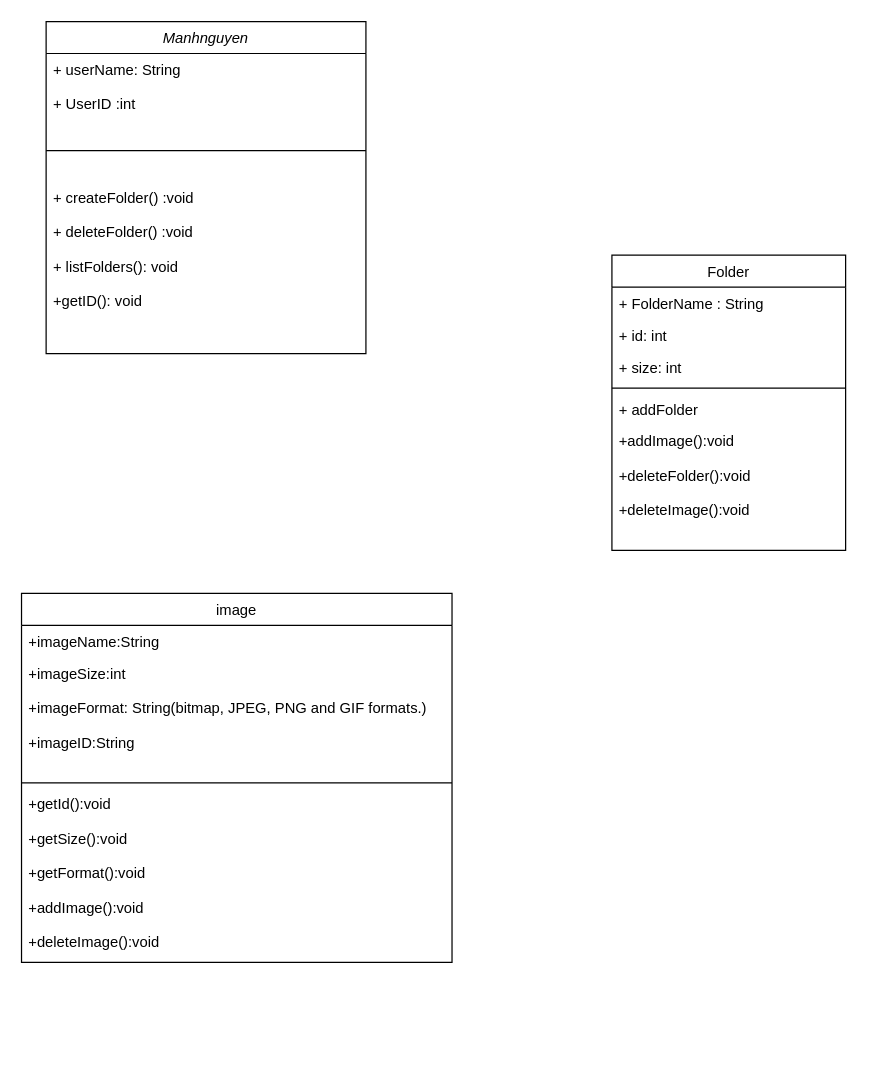
Above: Untitled Diagram.drawio in Manhnguyen015/Spectral-Matter (draw.io), before the change. Source tidied: cells renumbered, new cells numbered last; positions are measured from the earlier drawing's top-left corner, leaving out a move shared by most shapes. Both pictures are drawn from the tidied source at 123%, with x=0, y=0 at pixel (21, 21).
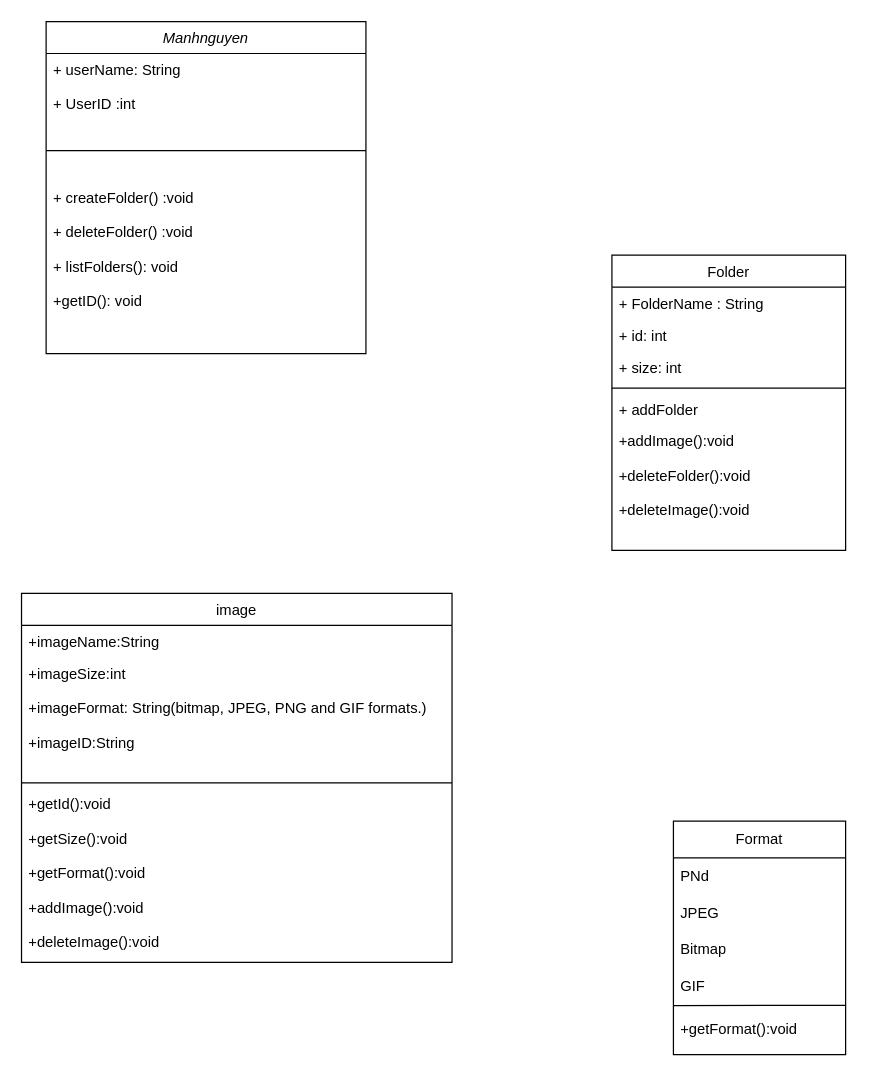
The same page after the edit.

What changed in the source:
```diff
@@
+    <mxCell id="18" value="Format" style="swimlane;fontStyle=0;horizontal=1;startSize=30;whiteSpace=wrap;html=1;" parent="1" vertex="1">
+      <mxGeometry x="530" y="650" width="140" height="190" as="geometry" />
+    </mxCell>
+    <mxCell id="19" value="PNd" style="text;strokeColor=none;fillColor=none;align=left;verticalAlign=middle;spacingLeft=4;spacingRight=4;overflow=hidden;whiteSpace=wrap;html=1;" parent="18" vertex="1">
+      <mxGeometry y="30" width="140" height="30" as="geometry" />
+    </mxCell>
+    <mxCell id="20" value="JPEG" style="text;strokeColor=none;fillColor=none;align=left;verticalAlign=middle;spacingLeft=4;spacingRight=4;overflow=hidden;whiteSpace=wrap;html=1;" parent="18" vertex="1">
+      <mxGeometry y="60" width="140" height="30" as="geometry" />
+    </mxCell>
+    <mxCell id="21" value="Bitmap" style="text;strokeColor=none;fillColor=none;align=left;verticalAlign=middle;spacingLeft=4;spacingRight=4;overflow=hidden;whiteSpace=wrap;html=1;" parent="18" vertex="1">
+      <mxGeometry y="90" width="140" height="30" as="geometry" />
+    </mxCell>
+    <mxCell id="22" value="GIF" style="text;strokeColor=none;fillColor=none;align=left;verticalAlign=middle;spacingLeft=4;spacingRight=4;overflow=hidden;whiteSpace=wrap;html=1;" parent="18" vertex="1">
+      <mxGeometry y="120" width="140" height="30" as="geometry" />
+    </mxCell>
+    <mxCell id="23" value="+getFormat():void" style="text;strokeColor=none;fillColor=none;align=left;verticalAlign=middle;spacingLeft=4;spacingRight=4;overflow=hidden;points=[[0,0.5],[1,0.5]];portConstraint=eastwest;whiteSpace=wrap;html=1;" parent="18" vertex="1">
+      <mxGeometry y="150" width="140" height="40" as="geometry" />
+    </mxCell>
+    <mxCell id="24" style="endArrow=none;html=1;rounded=0;entryX=1.002;entryY=-0.005;entryDx=0;entryDy=0;entryPerimeter=0;" parent="1" edge="1" target="23">
+      <mxGeometry relative="1" as="geometry">
+        <mxPoint x="530" y="800" as="sourcePoint" />
+      </mxGeometry>
+    </mxCell>
```
